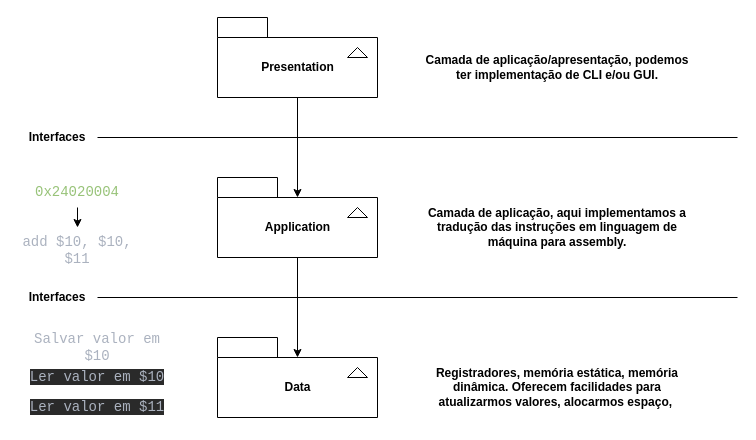
Earlier version of the draw.io diagram docs/architecture.drawio (arq-org-computadores/mips-simulator). Source tidied: cells renumbered, new cells numbered last; positions are measured from the earlier drawing's top-left corner, leaving out a move shared by most shapes. Both pictures are drawn from the tidied source at 100%, with x=0, y=0 at pixel (17, 17).
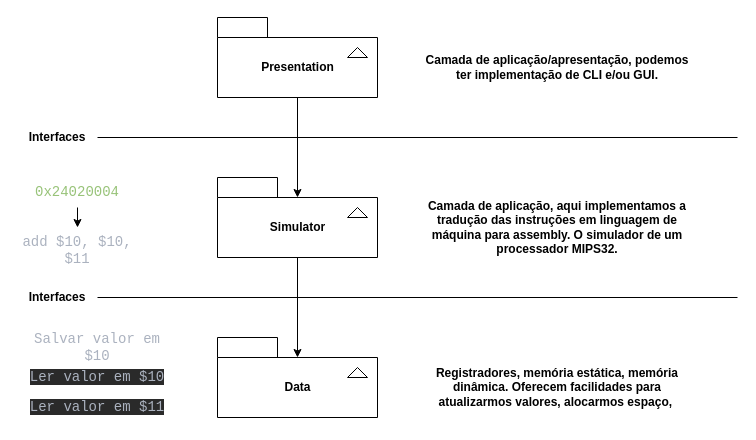
Above is the later version.

Diff of the diagram source:
```diff
@@
-    <mxCell id="3" value="Application" style="shape=folder;fontStyle=1;tabWidth=60;tabHeight=20;tabPosition=left;html=1;boundedLbl=1;folderSymbol=triangle;" parent="1" vertex="1">
+    <mxCell id="3" value="Simulator" style="shape=folder;fontStyle=1;tabWidth=60;tabHeight=20;tabPosition=left;html=1;boundedLbl=1;folderSymbol=triangle;" parent="1" vertex="1">
       <mxGeometry x="200" y="160" width="160" height="80" as="geometry" />
     </mxCell>
@@
-    <mxCell id="5" value="Camada de aplicação, aqui implementamos a tradução das instruções em linguagem de máquina para assembly." style="text;html=1;strokeColor=none;fillColor=none;align=center;verticalAlign=middle;whiteSpace=wrap;rounded=0;fontStyle=1;" parent="1" vertex="1">
+    <mxCell id="5" value="Camada de aplicação, aqui implementamos a tradução das instruções em linguagem de máquina para assembly. O simulador de um processador MIPS32." style="text;html=1;strokeColor=none;fillColor=none;align=center;verticalAlign=middle;whiteSpace=wrap;rounded=0;fontStyle=1;" parent="1" vertex="1">
       <mxGeometry x="400" y="180" width="280" height="60" as="geometry" />
     </mxCell>
```
